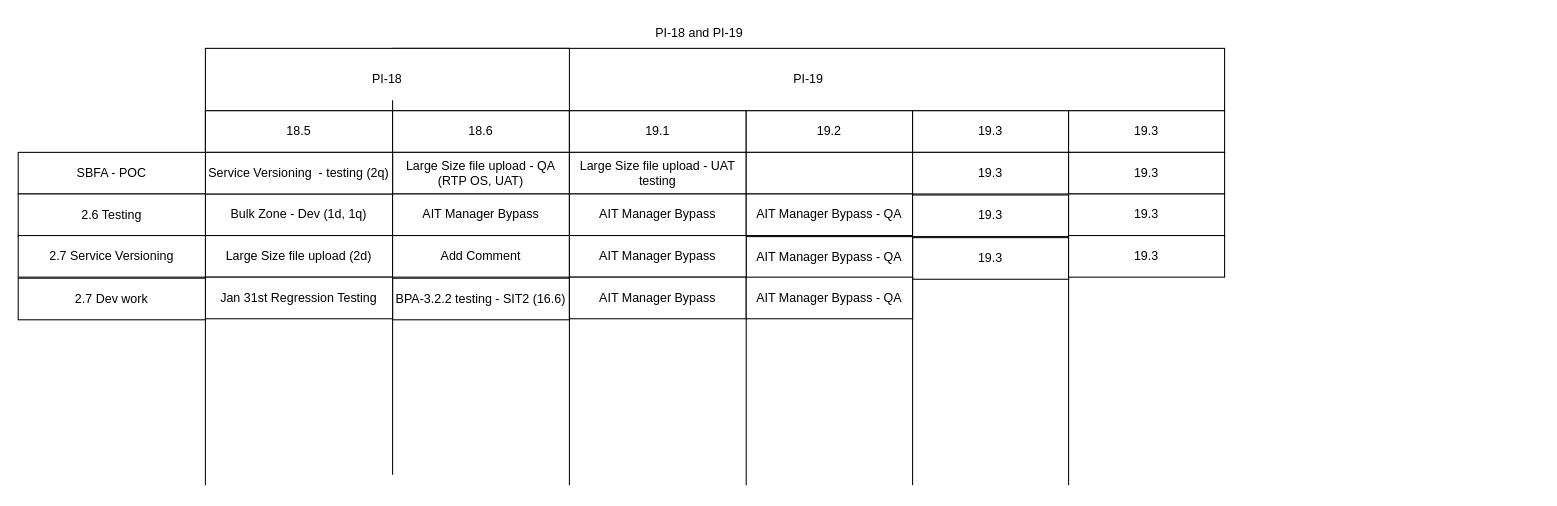
This is page "PI-18 & 19" (10 of 11) of SRF Life Cycle.drawio from nilaratandas/drowInventory, a draw.io file, before an edit. Source tidied: cells renumbered, new cells numbered last; positions are measured from the earlier drawing's top-left corner, leaving out a move shared by most shapes. Both pictures are drawn from the tidied source at 104%, with x=0, y=0 at pixel (18, 18).
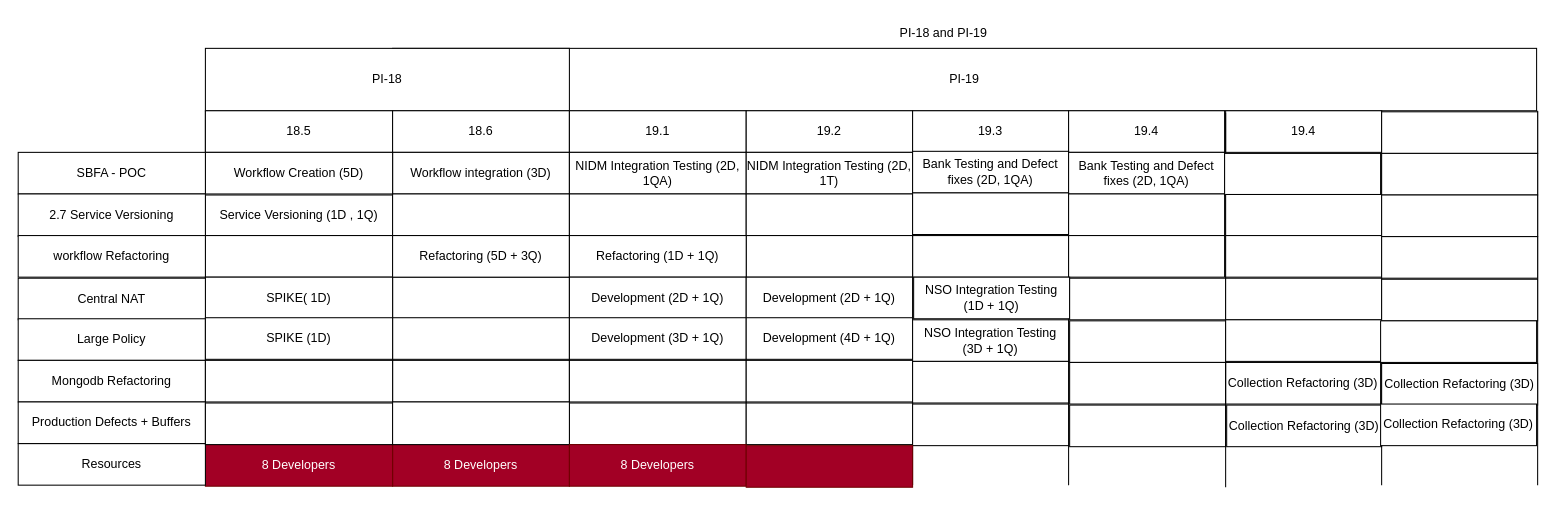
The same diagram, later.

The change refers to these unchanged cells:
```xml
<mxCell id="11" value="18.6" style="rounded=0;whiteSpace=wrap;html=1;" parent="1" vertex="1">
  <mxGeometry x="360" y="89" width="170" height="40" as="geometry" />
</mxCell>
```

What changed in the source:
```diff
@@
     <mxCell id="2" value="PI-19" style="rounded=0;whiteSpace=wrap;html=1;" parent="1" vertex="1">
-      <mxGeometry x="360" y="29" width="800" height="60" as="geometry" />
+      <mxGeometry x="360" y="29" width="1100" height="60" as="geometry" />
     </mxCell>
@@
-    <mxCell id="5" style="endArrow=none;html=1;rounded=0;" parent="1" edge="1">
+    <mxCell id="5" style="endArrow=none;html=1;rounded=0;entryX=0;entryY=0;entryDx=0;entryDy=0;" parent="1" edge="1" target="11">
       <mxGeometry relative="1" as="geometry">
         <mxPoint x="360" y="439" as="sourcePoint" />
-        <mxPoint x="360" y="79" as="targetPoint" />
       </mxGeometry>
     </mxCell>
@@
-    <mxCell id="15" value="Bulk Zone - Dev (1d, 1q)" style="rounded=0;whiteSpace=wrap;html=1;" parent="1" vertex="1">
-      <mxGeometry x="180" y="169" width="180" height="40" as="geometry" />
+    <mxCell id="15" value="Service Versioning (1D , 1Q)" style="rounded=0;whiteSpace=wrap;html=1;" parent="1" vertex="1">
+      <mxGeometry x="180" y="170" width="180" height="39" as="geometry" />
     </mxCell>
-    <mxCell id="16" value="Large Size file upload (2d)" style="rounded=0;whiteSpace=wrap;html=1;" parent="1" vertex="1">
+    <mxCell id="16" style="rounded=0;whiteSpace=wrap;html=1;" parent="1" vertex="1">
       <mxGeometry x="180" y="209" width="180" height="40" as="geometry" />
     </mxCell>
-    <mxCell id="17" value="Large Size file upload - QA (RTP OS, UAT)" style="rounded=0;whiteSpace=wrap;html=1;" parent="1" vertex="1">
+    <mxCell id="17" value="Workflow integration (3D)" style="rounded=0;whiteSpace=wrap;html=1;" parent="1" vertex="1">
       <mxGeometry x="360" y="129" width="170" height="40" as="geometry" />
     </mxCell>
-    <mxCell id="18" value="Large Size file upload - UAT testing" style="rounded=0;whiteSpace=wrap;html=1;" parent="1" vertex="1">
+    <mxCell id="18" value="NIDM Integration Testing (2D, 1QA)" style="rounded=0;whiteSpace=wrap;html=1;" parent="1" vertex="1">
       <mxGeometry x="530" y="129" width="170" height="40" as="geometry" />
     </mxCell>
-    <mxCell id="19" value="AIT Manager Bypass" style="rounded=0;whiteSpace=wrap;html=1;" parent="1" vertex="1">
+    <mxCell id="19" style="rounded=0;whiteSpace=wrap;html=1;" parent="1" vertex="1">
       <mxGeometry x="360" y="169" width="170" height="40" as="geometry" />
     </mxCell>
-    <mxCell id="20" value="Service Versioning&amp;nbsp; - testing (2q)" style="rounded=0;whiteSpace=wrap;html=1;" parent="1" vertex="1">
+    <mxCell id="20" value="Workflow Creation (5D)" style="rounded=0;whiteSpace=wrap;html=1;" parent="1" vertex="1">
       <mxGeometry x="180" y="129" width="180" height="40" as="geometry" />
     </mxCell>
-    <mxCell id="21" value="AIT Manager Bypass" style="rounded=0;whiteSpace=wrap;html=1;" parent="1" vertex="1">
+    <mxCell id="21" style="rounded=0;whiteSpace=wrap;html=1;" parent="1" vertex="1">
       <mxGeometry x="530" y="169" width="170" height="40" as="geometry" />
     </mxCell>
     <mxCell id="22" value="PI-18 and PI-19" style="text;html=1;align=center;verticalAlign=middle;whiteSpace=wrap;rounded=0;" parent="1" vertex="1">
-      <mxGeometry x="595" width="120" height="29" as="geometry" />
+      <mxGeometry x="830" width="120" height="29" as="geometry" />
     </mxCell>
@@
-    <mxCell id="24" value="2.6 Testing" style="rounded=0;whiteSpace=wrap;html=1;" parent="1" vertex="1">
+    <mxCell id="24" value="2.7 Service Versioning" style="rounded=0;whiteSpace=wrap;html=1;" parent="1" vertex="1">
       <mxGeometry y="169" width="180" height="41" as="geometry" />
     </mxCell>
-    <mxCell id="25" style="rounded=0;whiteSpace=wrap;html=1;" parent="1" vertex="1">
+    <mxCell id="25" value="NIDM Integration Testing (2D, 1T)" style="rounded=0;whiteSpace=wrap;html=1;" parent="1" vertex="1">
       <mxGeometry x="700" y="129" width="160" height="40" as="geometry" />
     </mxCell>
-    <mxCell id="26" value="AIT Manager Bypass - QA" style="rounded=0;whiteSpace=wrap;html=1;" parent="1" vertex="1">
+    <mxCell id="26" style="rounded=0;whiteSpace=wrap;html=1;" parent="1" vertex="1">
       <mxGeometry x="700" y="169" width="160" height="40" as="geometry" />
     </mxCell>
-    <mxCell id="27" value="BPA-3.2.2 testing - SIT2 (16.6)" style="rounded=0;whiteSpace=wrap;html=1;" parent="1" vertex="1">
-      <mxGeometry x="360" y="250" width="170" height="40" as="geometry" />
+    <mxCell id="27" style="rounded=0;whiteSpace=wrap;html=1;" parent="1" vertex="1">
+      <mxGeometry x="360" y="249" width="170" height="40" as="geometry" />
     </mxCell>
-    <mxCell id="28" value="2.7 Service Versioning" style="rounded=0;whiteSpace=wrap;html=1;" parent="1" vertex="1">
+    <mxCell id="28" value="workflow Refactoring" style="rounded=0;whiteSpace=wrap;html=1;" parent="1" vertex="1">
       <mxGeometry y="209" width="180" height="40" as="geometry" />
     </mxCell>
-    <mxCell id="29" value="Jan 31st Regression Testing" style="rounded=0;whiteSpace=wrap;html=1;" parent="1" vertex="1">
+    <mxCell id="29" value="SPIKE( 1D)" style="rounded=0;whiteSpace=wrap;html=1;" parent="1" vertex="1">
       <mxGeometry x="180" y="249" width="180" height="40" as="geometry" />
     </mxCell>
-    <mxCell id="30" value="2.7 Dev work" style="rounded=0;whiteSpace=wrap;html=1;" parent="1" vertex="1">
+    <mxCell id="30" value="Central NAT" style="rounded=0;whiteSpace=wrap;html=1;" parent="1" vertex="1">
       <mxGeometry y="250" width="180" height="40" as="geometry" />
     </mxCell>
-    <mxCell id="31" value="Add Comment" style="rounded=0;whiteSpace=wrap;html=1;" parent="1" vertex="1">
+    <mxCell id="31" value="Refactoring (5D + 3Q)" style="rounded=0;whiteSpace=wrap;html=1;" parent="1" vertex="1">
       <mxGeometry x="360" y="209" width="170" height="40" as="geometry" />
     </mxCell>
-    <mxCell id="32" value="19.3" style="rounded=0;whiteSpace=wrap;html=1;" parent="1" vertex="1">
+    <mxCell id="32" value="19.4" style="rounded=0;whiteSpace=wrap;html=1;" parent="1" vertex="1">
       <mxGeometry x="1010" y="89" width="150" height="40" as="geometry" />
     </mxCell>
-    <mxCell id="33" value="19.3" style="rounded=0;whiteSpace=wrap;html=1;" parent="1" vertex="1">
-      <mxGeometry x="860" y="129" width="150" height="40" as="geometry" />
+    <mxCell id="33" value="Bank Testing and Defect fixes (2D, 1QA)" style="rounded=0;whiteSpace=wrap;html=1;" parent="1" vertex="1">
+      <mxGeometry x="860" y="128" width="150" height="40" as="geometry" />
     </mxCell>
-    <mxCell id="34" value="19.3" style="rounded=0;whiteSpace=wrap;html=1;" parent="1" vertex="1">
+    <mxCell id="34" value="Bank Testing and Defect fixes (2D, 1QA)" style="rounded=0;whiteSpace=wrap;html=1;" parent="1" vertex="1">
       <mxGeometry x="1010" y="129" width="150" height="40" as="geometry" />
     </mxCell>
-    <mxCell id="35" value="19.3" style="rounded=0;whiteSpace=wrap;html=1;" parent="1" vertex="1">
-      <mxGeometry x="860" y="170" width="150" height="40" as="geometry" />
+    <mxCell id="35" style="rounded=0;whiteSpace=wrap;html=1;" parent="1" vertex="1">
+      <mxGeometry x="860" y="168" width="150" height="40" as="geometry" />
     </mxCell>
-    <mxCell id="36" value="19.3" style="rounded=0;whiteSpace=wrap;html=1;" parent="1" vertex="1">
+    <mxCell id="36" style="rounded=0;whiteSpace=wrap;html=1;" parent="1" vertex="1">
       <mxGeometry x="1010" y="169" width="150" height="40" as="geometry" />
     </mxCell>
-    <mxCell id="37" value="19.3" style="rounded=0;whiteSpace=wrap;html=1;" parent="1" vertex="1">
-      <mxGeometry x="860" y="211" width="150" height="40" as="geometry" />
+    <mxCell id="37" style="rounded=0;whiteSpace=wrap;html=1;" parent="1" vertex="1">
+      <mxGeometry x="860" y="209" width="150" height="40" as="geometry" />
     </mxCell>
-    <mxCell id="38" value="19.3" style="rounded=0;whiteSpace=wrap;html=1;" parent="1" vertex="1">
+    <mxCell id="38" style="rounded=0;whiteSpace=wrap;html=1;" parent="1" vertex="1">
       <mxGeometry x="1010" y="209" width="150" height="40" as="geometry" />
     </mxCell>
-    <mxCell id="39" value="AIT Manager Bypass - QA" style="rounded=0;whiteSpace=wrap;html=1;gradientColor=none;fillColor=default;" parent="1" vertex="1">
-      <mxGeometry x="700" y="210" width="160" height="40" as="geometry" />
+    <mxCell id="39" style="rounded=0;whiteSpace=wrap;html=1;gradientColor=none;fillColor=default;" parent="1" vertex="1">
+      <mxGeometry x="700" y="209" width="160" height="40" as="geometry" />
     </mxCell>
-    <mxCell id="40" value="AIT Manager Bypass" style="rounded=0;whiteSpace=wrap;html=1;" parent="1" vertex="1">
+    <mxCell id="40" value="Refactoring (1D + 1Q)" style="rounded=0;whiteSpace=wrap;html=1;" parent="1" vertex="1">
       <mxGeometry x="530" y="209" width="170" height="40" as="geometry" />
     </mxCell>
-    <mxCell id="41" value="AIT Manager Bypass" style="rounded=0;whiteSpace=wrap;html=1;" parent="1" vertex="1">
+    <mxCell id="41" value="Development (2D + 1Q)" style="rounded=0;whiteSpace=wrap;html=1;" parent="1" vertex="1">
       <mxGeometry x="530" y="249" width="170" height="40" as="geometry" />
     </mxCell>
-    <mxCell id="42" value="AIT Manager Bypass - QA" style="rounded=0;whiteSpace=wrap;html=1;gradientColor=none;fillColor=default;" parent="1" vertex="1">
+    <mxCell id="42" value="Development (2D + 1Q)" style="rounded=0;whiteSpace=wrap;html=1;gradientColor=none;fillColor=default;" parent="1" vertex="1">
       <mxGeometry x="700" y="249" width="160" height="40" as="geometry" />
     </mxCell>
+    <mxCell id="43" value="Large Policy" style="rounded=0;whiteSpace=wrap;html=1;" parent="1" vertex="1">
+      <mxGeometry y="289" width="180" height="40" as="geometry" />
+    </mxCell>
+    <mxCell id="44" value="Mongodb Refactoring" style="rounded=0;whiteSpace=wrap;html=1;" parent="1" vertex="1">
+      <mxGeometry y="329" width="180" height="40" as="geometry" />
+    </mxCell>
+    <mxCell id="45" style="rounded=0;whiteSpace=wrap;html=1;" parent="1" vertex="1">
+      <mxGeometry x="360" y="288" width="170" height="40" as="geometry" />
+    </mxCell>
+    <mxCell id="46" value="SPIKE (1D)" style="rounded=0;whiteSpace=wrap;html=1;" parent="1" vertex="1">
+      <mxGeometry x="180" y="288" width="180" height="40" as="geometry" />
+    </mxCell>
+    <mxCell id="47" value="Development (3D + 1Q)" style="rounded=0;whiteSpace=wrap;html=1;" parent="1" vertex="1">
+      <mxGeometry x="530" y="288" width="170" height="40" as="geometry" />
+    </mxCell>
+    <mxCell id="48" value="Development (4D + 1Q)" style="rounded=0;whiteSpace=wrap;html=1;gradientColor=none;fillColor=default;" parent="1" vertex="1">
+      <mxGeometry x="700" y="288" width="160" height="40" as="geometry" />
+    </mxCell>
+    <mxCell id="49" style="rounded=0;whiteSpace=wrap;html=1;" parent="1" vertex="1">
+      <mxGeometry x="360" y="329" width="170" height="40" as="geometry" />
+    </mxCell>
+    <mxCell id="50" style="rounded=0;whiteSpace=wrap;html=1;" parent="1" vertex="1">
+      <mxGeometry x="180" y="329" width="180" height="40" as="geometry" />
+    </mxCell>
+    <mxCell id="51" style="rounded=0;whiteSpace=wrap;html=1;" parent="1" vertex="1">
+      <mxGeometry x="530" y="329" width="170" height="40" as="geometry" />
+    </mxCell>
+    <mxCell id="52" style="rounded=0;whiteSpace=wrap;html=1;gradientColor=none;fillColor=default;" parent="1" vertex="1">
+      <mxGeometry x="700" y="329" width="160" height="40" as="geometry" />
+    </mxCell>
+    <mxCell id="53" value="NSO Integration Testing (1D + 1Q)" style="rounded=0;whiteSpace=wrap;html=1;" parent="1" vertex="1">
+      <mxGeometry x="861" y="249" width="150" height="40" as="geometry" />
+    </mxCell>
+    <mxCell id="54" value="NSO Integration Testing (3D + 1Q)" style="rounded=0;whiteSpace=wrap;html=1;" parent="1" vertex="1">
+      <mxGeometry x="860" y="290" width="150" height="40" as="geometry" />
+    </mxCell>
+    <mxCell id="55" style="rounded=0;whiteSpace=wrap;html=1;" parent="1" vertex="1">
+      <mxGeometry x="860" y="330" width="150" height="40" as="geometry" />
+    </mxCell>
+    <mxCell id="56" style="rounded=0;whiteSpace=wrap;html=1;" parent="1" vertex="1">
+      <mxGeometry x="1011" y="250" width="150" height="40" as="geometry" />
+    </mxCell>
+    <mxCell id="57" style="rounded=0;whiteSpace=wrap;html=1;" parent="1" vertex="1">
+      <mxGeometry x="1011" y="291" width="150" height="40" as="geometry" />
+    </mxCell>
+    <mxCell id="58" style="rounded=0;whiteSpace=wrap;html=1;" parent="1" vertex="1">
+      <mxGeometry x="1011" y="331" width="150" height="40" as="geometry" />
+    </mxCell>
+    <mxCell id="59" value="8 Developers" style="rounded=0;whiteSpace=wrap;html=1;fillColor=#a20025;fontColor=#ffffff;strokeColor=#6F0000;" parent="1" vertex="1">
+      <mxGeometry x="360" y="410" width="170" height="40" as="geometry" />
+    </mxCell>
+    <mxCell id="60" value="8 Developers" style="rounded=0;whiteSpace=wrap;html=1;fillColor=#a20025;fontColor=#ffffff;strokeColor=#6F0000;" parent="1" vertex="1">
+      <mxGeometry x="180" y="410" width="180" height="40" as="geometry" />
+    </mxCell>
+    <mxCell id="61" style="rounded=0;whiteSpace=wrap;html=1;" parent="1" vertex="1">
+      <mxGeometry x="530" y="370" width="170" height="40" as="geometry" />
+    </mxCell>
+    <mxCell id="62" style="rounded=0;whiteSpace=wrap;html=1;gradientColor=none;fillColor=default;" parent="1" vertex="1">
+      <mxGeometry x="700" y="370" width="160" height="40" as="geometry" />
+    </mxCell>
+    <mxCell id="63" style="rounded=0;whiteSpace=wrap;html=1;" parent="1" vertex="1">
+      <mxGeometry x="860" y="371" width="150" height="40" as="geometry" />
+    </mxCell>
+    <mxCell id="64" style="rounded=0;whiteSpace=wrap;html=1;" parent="1" vertex="1">
+      <mxGeometry x="1011" y="372" width="150" height="40" as="geometry" />
+    </mxCell>
+    <mxCell id="65" value="Resources" style="rounded=0;whiteSpace=wrap;html=1;" parent="1" vertex="1">
+      <mxGeometry y="409" width="180" height="40" as="geometry" />
+    </mxCell>
+    <mxCell id="66" value="Production Defects + Buffers " style="rounded=0;whiteSpace=wrap;html=1;" parent="1" vertex="1">
+      <mxGeometry y="369" width="180" height="40" as="geometry" />
+    </mxCell>
+    <mxCell id="67" style="rounded=0;whiteSpace=wrap;html=1;" parent="1" vertex="1">
+      <mxGeometry x="180" y="370" width="180" height="40" as="geometry" />
+    </mxCell>
+    <mxCell id="68" style="rounded=0;whiteSpace=wrap;html=1;" parent="1" vertex="1">
+      <mxGeometry x="360" y="369" width="170" height="41" as="geometry" />
+    </mxCell>
+    <mxCell id="69" value="8 Developers" style="rounded=0;whiteSpace=wrap;html=1;fillColor=#a20025;fontColor=#ffffff;strokeColor=#6F0000;" parent="1" vertex="1">
+      <mxGeometry x="530" y="410" width="170" height="40" as="geometry" />
+    </mxCell>
+    <mxCell id="70" style="rounded=0;whiteSpace=wrap;html=1;fillColor=#a20025;fontColor=#ffffff;strokeColor=#6F0000;" parent="1" vertex="1">
+      <mxGeometry x="700" y="411" width="160" height="40" as="geometry" />
+    </mxCell>
+    <mxCell id="71" value="Collection Refactoring (3D)" style="rounded=0;whiteSpace=wrap;html=1;" parent="1" vertex="1">
+      <mxGeometry x="1161" y="331" width="149" height="40" as="geometry" />
+    </mxCell>
+    <mxCell id="72" value="19.4" style="rounded=0;whiteSpace=wrap;html=1;" parent="1" vertex="1">
+      <mxGeometry x="1161" y="89" width="150" height="40" as="geometry" />
+    </mxCell>
+    <mxCell id="73" style="endArrow=none;html=1;rounded=0;" parent="1" edge="1">
+      <mxGeometry relative="1" as="geometry">
+        <mxPoint x="1161" y="451" as="sourcePoint" />
+        <mxPoint x="1161" y="91" as="targetPoint" />
+      </mxGeometry>
+    </mxCell>
+    <mxCell id="74" style="endArrow=none;html=1;rounded=0;" parent="1" edge="1">
+      <mxGeometry relative="1" as="geometry">
+        <mxPoint x="1311" y="449" as="sourcePoint" />
+        <mxPoint x="1311" y="89" as="targetPoint" />
+      </mxGeometry>
+    </mxCell>
+    <mxCell id="75" style="rounded=0;whiteSpace=wrap;html=1;" parent="1" vertex="1">
+      <mxGeometry x="1160" y="130" width="150" height="40" as="geometry" />
+    </mxCell>
+    <mxCell id="76" style="rounded=0;whiteSpace=wrap;html=1;" parent="1" vertex="1">
+      <mxGeometry x="1161" y="169.5" width="150" height="40" as="geometry" />
+    </mxCell>
+    <mxCell id="77" style="rounded=0;whiteSpace=wrap;html=1;" parent="1" vertex="1">
+      <mxGeometry x="1161" y="209" width="150" height="40" as="geometry" />
+    </mxCell>
+    <mxCell id="78" style="rounded=0;whiteSpace=wrap;html=1;" parent="1" vertex="1">
+      <mxGeometry x="1161" y="250" width="150" height="40" as="geometry" />
+    </mxCell>
+    <mxCell id="79" style="rounded=0;whiteSpace=wrap;html=1;" parent="1" vertex="1">
+      <mxGeometry x="1161" y="290" width="150" height="40" as="geometry" />
+    </mxCell>
+    <mxCell id="80" style="endArrow=none;html=1;rounded=0;" parent="1" edge="1">
+      <mxGeometry relative="1" as="geometry">
+        <mxPoint x="1461" y="449" as="sourcePoint" />
+        <mxPoint x="1461" y="89" as="targetPoint" />
+      </mxGeometry>
+    </mxCell>
+    <mxCell id="81" style="rounded=0;whiteSpace=wrap;html=1;" parent="1" vertex="1">
+      <mxGeometry x="1311" y="90" width="150" height="40" as="geometry" />
+    </mxCell>
+    <mxCell id="82" style="rounded=0;whiteSpace=wrap;html=1;" parent="1" vertex="1">
+      <mxGeometry x="1311" y="130" width="150" height="40" as="geometry" />
+    </mxCell>
+    <mxCell id="83" style="rounded=0;whiteSpace=wrap;html=1;" parent="1" vertex="1">
+      <mxGeometry x="1311" y="170" width="150" height="40" as="geometry" />
+    </mxCell>
+    <mxCell id="84" style="rounded=0;whiteSpace=wrap;html=1;" parent="1" vertex="1">
+      <mxGeometry x="1311" y="210" width="150" height="40" as="geometry" />
+    </mxCell>
+    <mxCell id="85" style="rounded=0;whiteSpace=wrap;html=1;" parent="1" vertex="1">
+      <mxGeometry x="1311" y="251" width="150" height="40" as="geometry" />
+    </mxCell>
+    <mxCell id="86" style="rounded=0;whiteSpace=wrap;html=1;" parent="1" vertex="1">
+      <mxGeometry x="1310" y="291" width="150" height="40" as="geometry" />
+    </mxCell>
+    <mxCell id="87" value="Collection Refactoring (3D)" style="rounded=0;whiteSpace=wrap;html=1;" parent="1" vertex="1">
+      <mxGeometry x="1311" y="332" width="150" height="40" as="geometry" />
+    </mxCell>
+    <mxCell id="88" value="Collection Refactoring (3D)" style="rounded=0;whiteSpace=wrap;html=1;" parent="1" vertex="1">
+      <mxGeometry x="1162" y="372" width="149" height="40" as="geometry" />
+    </mxCell>
+    <mxCell id="89" value="Collection Refactoring (3D)" style="rounded=0;whiteSpace=wrap;html=1;" parent="1" vertex="1">
+      <mxGeometry x="1310" y="371" width="150" height="40" as="geometry" />
+    </mxCell>
```
